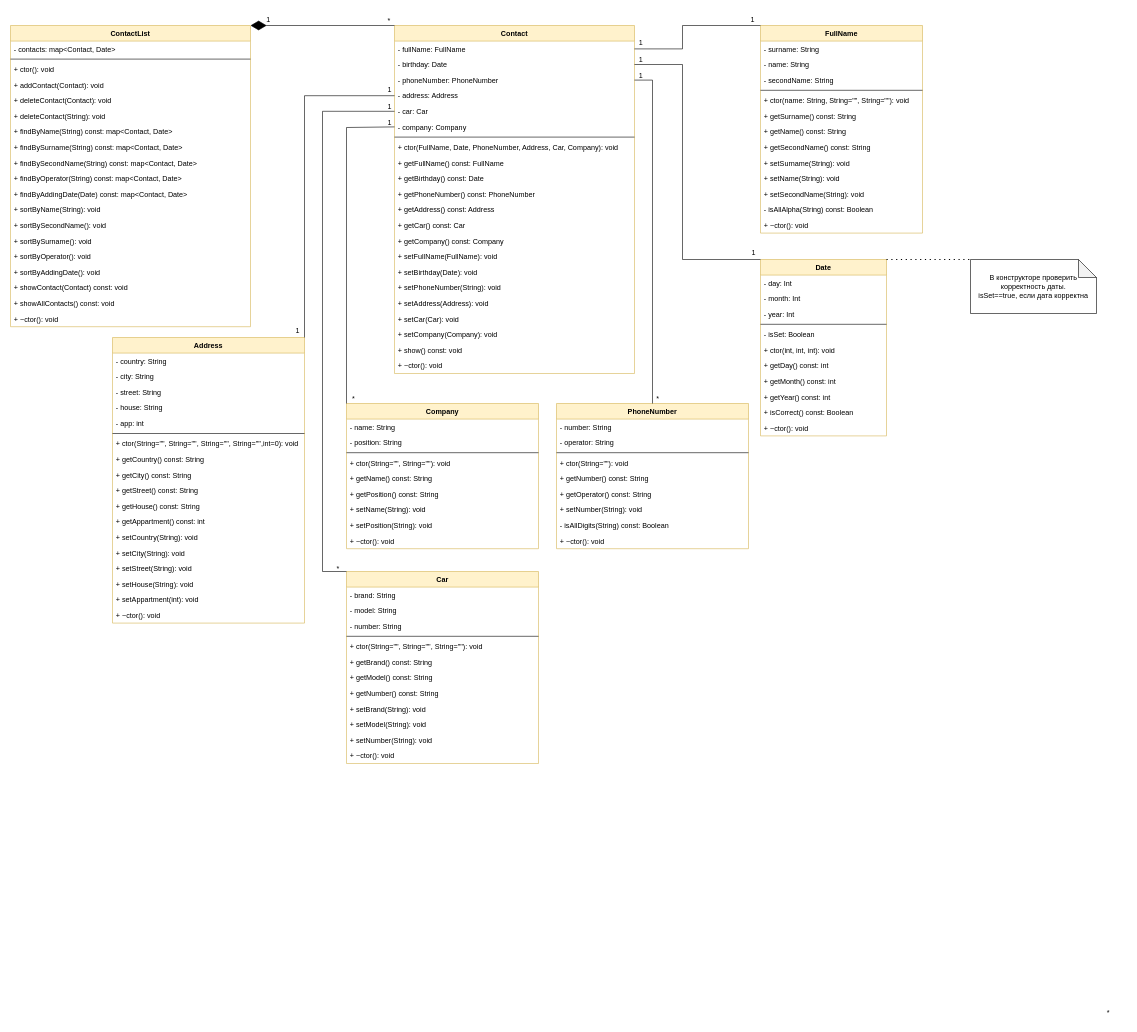
Above: ClassDiagram.drawio in InkaShev7777/21_03_22 (draw.io), before the change. Source tidied: cells renumbered, new cells numbered last; positions are measured from the earlier drawing's top-left corner, leaving out a move shared by most shapes. Both pictures are drawn from the tidied source at 60%, with x=0, y=0 at pixel (10, 11).
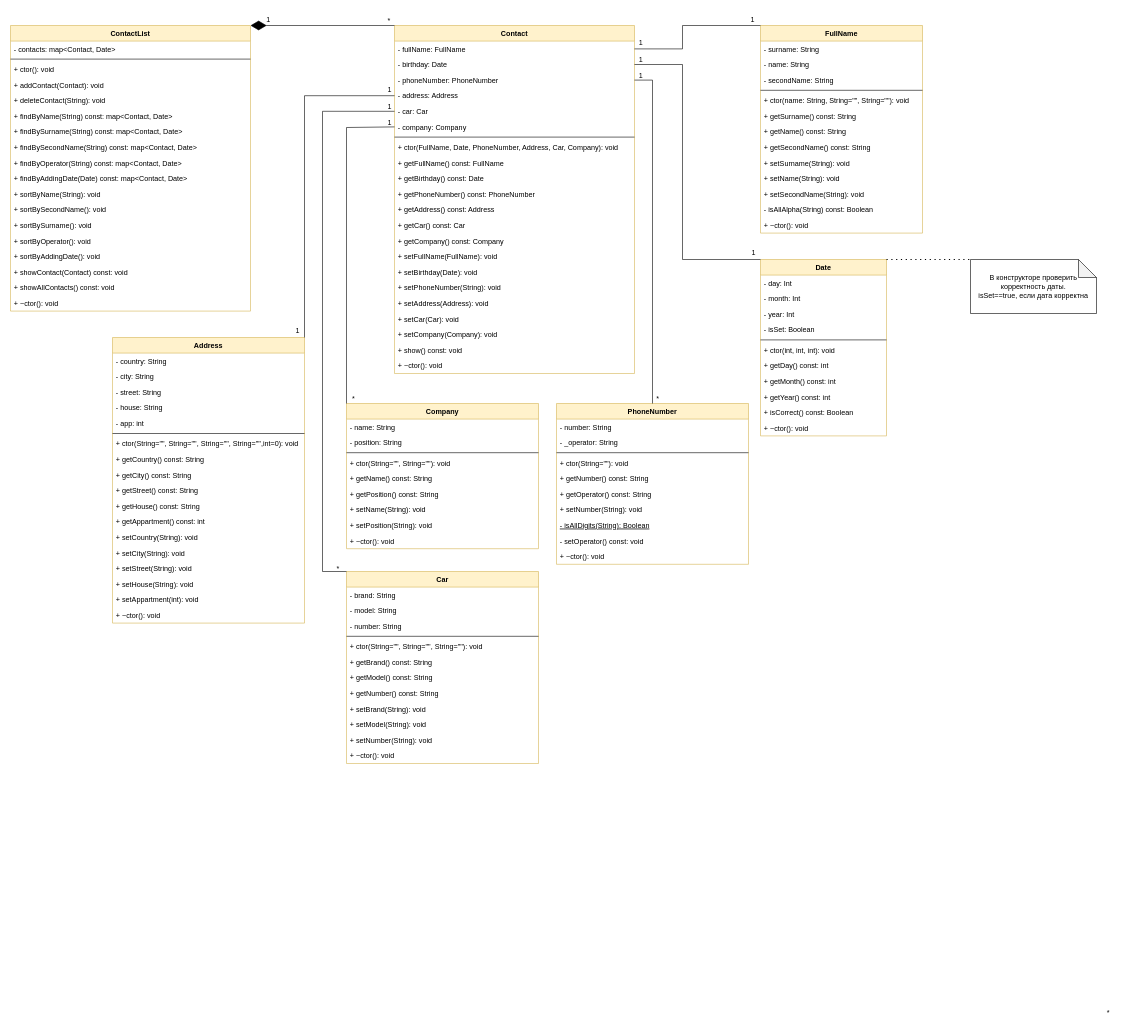
Above is the later version.

Unchanged cells that the change refers to:
```xml
<mxCell id="16" value="Date" style="swimlane;fontStyle=1;align=center;verticalAlign=top;horizontal=1;startSize=26;fillColor=#fff2cc;strokeColor=#d6b656;" parent="1" vertex="1">
  <mxGeometry x="1250" y="414" width="210" height="294" as="geometry" />
</mxCell>
```

The edit, as a diff of the source:
```diff
@@
+    <mxCell id="21" value="- isSet: Boolean" style="text;strokeColor=none;fillColor=none;align=left;verticalAlign=top;spacingLeft=4;spacingRight=4;overflow=hidden;" parent="16" vertex="1">
+      <mxGeometry y="104" width="210" height="26" as="geometry" />
+    </mxCell>
     <mxCell id="20" style="line;strokeWidth=1;fillColor=none;align=left;verticalAlign=middle;spacingTop=-1;spacingLeft=3;spacingRight=3;labelPosition=right;" parent="16" vertex="1">
-      <mxGeometry y="104" width="210" height="8" as="geometry" />
+      <mxGeometry y="130" width="210" height="8" as="geometry" />
     </mxCell>
-    <mxCell id="21" value="- isSet: Boolean" style="text;strokeColor=none;fillColor=none;align=left;verticalAlign=top;spacingLeft=4;spacingRight=4;overflow=hidden;" parent="16" vertex="1">
-      <mxGeometry y="112" width="210" height="26" as="geometry" />
-    </mxCell>
@@
     <mxCell id="47" value="PhoneNumber" style="swimlane;fontStyle=1;align=center;verticalAlign=top;horizontal=1;startSize=26;fillColor=#fff2cc;strokeColor=#d6b656;" parent="1" vertex="1">
-      <mxGeometry x="910" y="654" width="320" height="242" as="geometry" />
+      <mxGeometry x="910" y="654" width="320" height="268" as="geometry" />
     </mxCell>
@@
-    <mxCell id="49" value="- operator: String" style="text;strokeColor=none;fillColor=none;align=left;verticalAlign=top;spacingLeft=4;spacingRight=4;overflow=hidden;" parent="47" vertex="1">
+    <mxCell id="49" value="- _operator: String" style="text;strokeColor=none;fillColor=none;align=left;verticalAlign=top;spacingLeft=4;spacingRight=4;overflow=hidden;" parent="47" vertex="1">
       <mxGeometry y="52" width="320" height="26" as="geometry" />
     </mxCell>
@@
-    <mxCell id="55" value="- isAllDigits(String) const: Boolean" style="text;strokeColor=none;fillColor=none;align=left;verticalAlign=top;spacingLeft=4;spacingRight=4;overflow=hidden;" parent="47" vertex="1">
+    <mxCell id="55" value="- isAllDigits(String): Boolean" style="text;strokeColor=none;fillColor=none;align=left;verticalAlign=top;spacingLeft=4;spacingRight=4;overflow=hidden;fontStyle=4;" parent="47" vertex="1">
       <mxGeometry y="190" width="320" height="26" as="geometry" />
     </mxCell>
+    <mxCell id="147" value="- setOperator() const: void" style="text;strokeColor=none;fillColor=none;align=left;verticalAlign=top;spacingLeft=4;spacingRight=4;overflow=hidden;fontStyle=0;" parent="47" vertex="1">
+      <mxGeometry y="216" width="320" height="26" as="geometry" />
+    </mxCell>
     <mxCell id="56" value="+ ~ctor(): void" style="text;strokeColor=none;fillColor=none;align=left;verticalAlign=top;spacingLeft=4;spacingRight=4;overflow=hidden;" parent="47" vertex="1">
-      <mxGeometry y="216" width="320" height="26" as="geometry" />
+      <mxGeometry y="242" width="320" height="26" as="geometry" />
     </mxCell>
@@
     <mxCell id="103" value="ContactList" style="swimlane;fontStyle=1;align=center;verticalAlign=top;horizontal=1;startSize=26;fillColor=#fff2cc;strokeColor=#d6b656;" parent="1" vertex="1">
-      <mxGeometry y="24" width="400" height="502" as="geometry" />
+      <mxGeometry y="24" width="400" height="476" as="geometry" />
     </mxCell>
@@
-    <mxCell id="108" value="+ deleteContact(Contact): void" style="text;strokeColor=none;fillColor=none;align=left;verticalAlign=top;spacingLeft=4;spacingRight=4;overflow=hidden;" parent="103" vertex="1">
-      <mxGeometry y="112" width="400" height="26" as="geometry" />
-    </mxCell>
     <mxCell id="109" value="+ deleteContact(String): void" style="text;strokeColor=none;fillColor=none;align=left;verticalAlign=top;spacingLeft=4;spacingRight=4;overflow=hidden;" parent="103" vertex="1">
-      <mxGeometry y="138" width="400" height="26" as="geometry" />
+      <mxGeometry y="112" width="400" height="26" as="geometry" />
     </mxCell>
     <mxCell id="110" value="+ findByName(String) const: map&lt;Contact, Date&gt;" style="text;strokeColor=none;fillColor=none;align=left;verticalAlign=top;spacingLeft=4;spacingRight=4;overflow=hidden;" parent="103" vertex="1">
-      <mxGeometry y="164" width="400" height="26" as="geometry" />
+      <mxGeometry y="138" width="400" height="26" as="geometry" />
     </mxCell>
     <mxCell id="111" value="+ findBySurname(String) const: map&lt;Contact, Date&gt;" style="text;strokeColor=none;fillColor=none;align=left;verticalAlign=top;spacingLeft=4;spacingRight=4;overflow=hidden;" parent="103" vertex="1">
-      <mxGeometry y="190" width="400" height="26" as="geometry" />
+      <mxGeometry y="164" width="400" height="26" as="geometry" />
     </mxCell>
     <mxCell id="112" value="+ findBySecondName(String) const: map&lt;Contact, Date&gt;" style="text;strokeColor=none;fillColor=none;align=left;verticalAlign=top;spacingLeft=4;spacingRight=4;overflow=hidden;" parent="103" vertex="1">
-      <mxGeometry y="216" width="400" height="26" as="geometry" />
+      <mxGeometry y="190" width="400" height="26" as="geometry" />
     </mxCell>
     <mxCell id="113" value="+ findByOperator(String) const: map&lt;Contact, Date&gt;" style="text;strokeColor=none;fillColor=none;align=left;verticalAlign=top;spacingLeft=4;spacingRight=4;overflow=hidden;" parent="103" vertex="1">
-      <mxGeometry y="242" width="400" height="26" as="geometry" />
+      <mxGeometry y="216" width="400" height="26" as="geometry" />
     </mxCell>
     <mxCell id="114" value="+ findByAddingDate(Date) const: map&lt;Contact, Date&gt;" style="text;strokeColor=none;fillColor=none;align=left;verticalAlign=top;spacingLeft=4;spacingRight=4;overflow=hidden;" parent="103" vertex="1">
-      <mxGeometry y="268" width="400" height="26" as="geometry" />
+      <mxGeometry y="242" width="400" height="26" as="geometry" />
     </mxCell>
     <mxCell id="115" value="+ sortByName(String): void" style="text;strokeColor=none;fillColor=none;align=left;verticalAlign=top;spacingLeft=4;spacingRight=4;overflow=hidden;" parent="103" vertex="1">
-      <mxGeometry y="294" width="400" height="26" as="geometry" />
+      <mxGeometry y="268" width="400" height="26" as="geometry" />
     </mxCell>
     <mxCell id="116" value="+ sortBySecondName(): void" style="text;strokeColor=none;fillColor=none;align=left;verticalAlign=top;spacingLeft=4;spacingRight=4;overflow=hidden;" parent="103" vertex="1">
-      <mxGeometry y="320" width="400" height="26" as="geometry" />
+      <mxGeometry y="294" width="400" height="26" as="geometry" />
     </mxCell>
     <mxCell id="117" value="+ sortBySurname(): void" style="text;strokeColor=none;fillColor=none;align=left;verticalAlign=top;spacingLeft=4;spacingRight=4;overflow=hidden;" parent="103" vertex="1">
-      <mxGeometry y="346" width="400" height="26" as="geometry" />
+      <mxGeometry y="320" width="400" height="26" as="geometry" />
     </mxCell>
     <mxCell id="118" value="+ sortByOperator(): void" style="text;strokeColor=none;fillColor=none;align=left;verticalAlign=top;spacingLeft=4;spacingRight=4;overflow=hidden;" parent="103" vertex="1">
-      <mxGeometry y="372" width="400" height="26" as="geometry" />
+      <mxGeometry y="346" width="400" height="26" as="geometry" />
     </mxCell>
     <mxCell id="119" value="+ sortByAddingDate(): void" style="text;strokeColor=none;fillColor=none;align=left;verticalAlign=top;spacingLeft=4;spacingRight=4;overflow=hidden;" parent="103" vertex="1">
-      <mxGeometry y="398" width="400" height="26" as="geometry" />
+      <mxGeometry y="372" width="400" height="26" as="geometry" />
     </mxCell>
     <mxCell id="120" value="+ showContact(Contact) const: void" style="text;strokeColor=none;fillColor=none;align=left;verticalAlign=top;spacingLeft=4;spacingRight=4;overflow=hidden;" parent="103" vertex="1">
-      <mxGeometry y="424" width="400" height="26" as="geometry" />
+      <mxGeometry y="398" width="400" height="26" as="geometry" />
     </mxCell>
     <mxCell id="121" value="+ showAllContacts() const: void" style="text;strokeColor=none;fillColor=none;align=left;verticalAlign=top;spacingLeft=4;spacingRight=4;overflow=hidden;" parent="103" vertex="1">
-      <mxGeometry y="450" width="400" height="26" as="geometry" />
+      <mxGeometry y="424" width="400" height="26" as="geometry" />
     </mxCell>
     <mxCell id="122" value="+ ~ctor(): void" style="text;strokeColor=none;fillColor=none;align=left;verticalAlign=top;spacingLeft=4;spacingRight=4;overflow=hidden;" parent="103" vertex="1">
-      <mxGeometry y="476" width="400" height="26" as="geometry" />
+      <mxGeometry y="450" width="400" height="26" as="geometry" />
     </mxCell>
```
